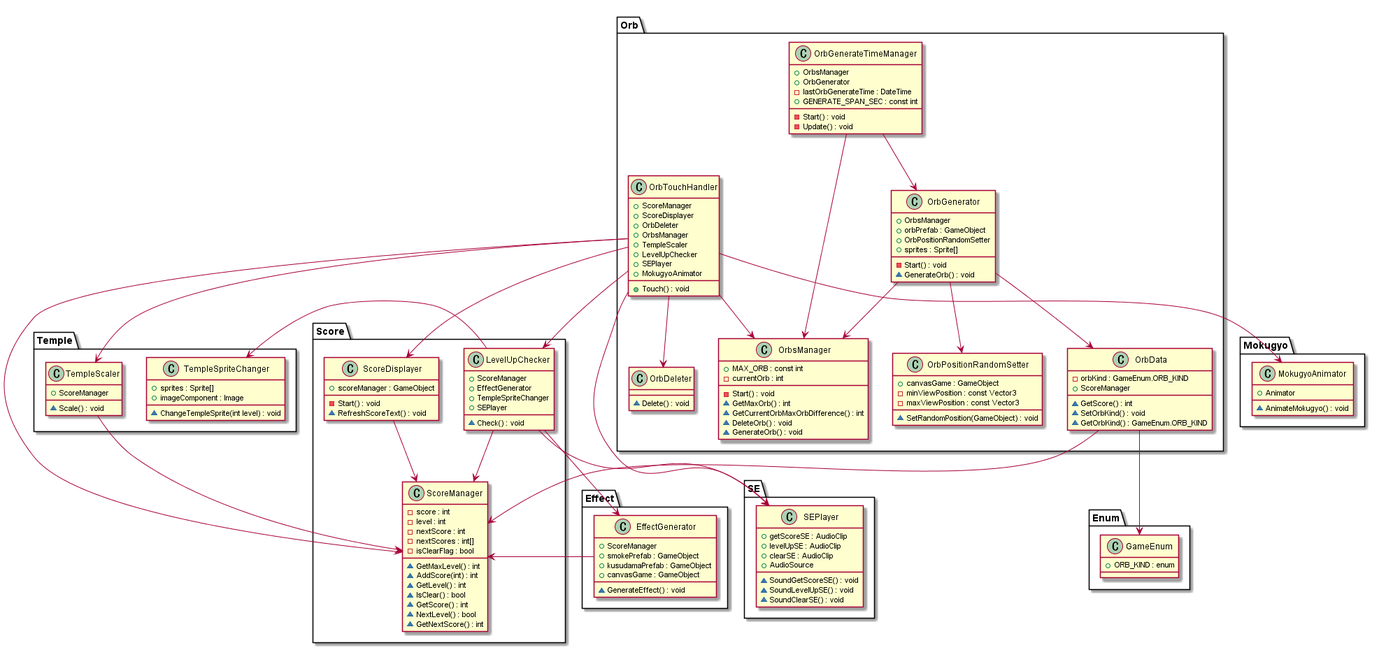
Before: out/TheTemple/Assets/UML/TheTemple/TheTemple.png, a diagram exported from PlantUML (gladiolusbamboo/180921UnityTerakoyaAgain).
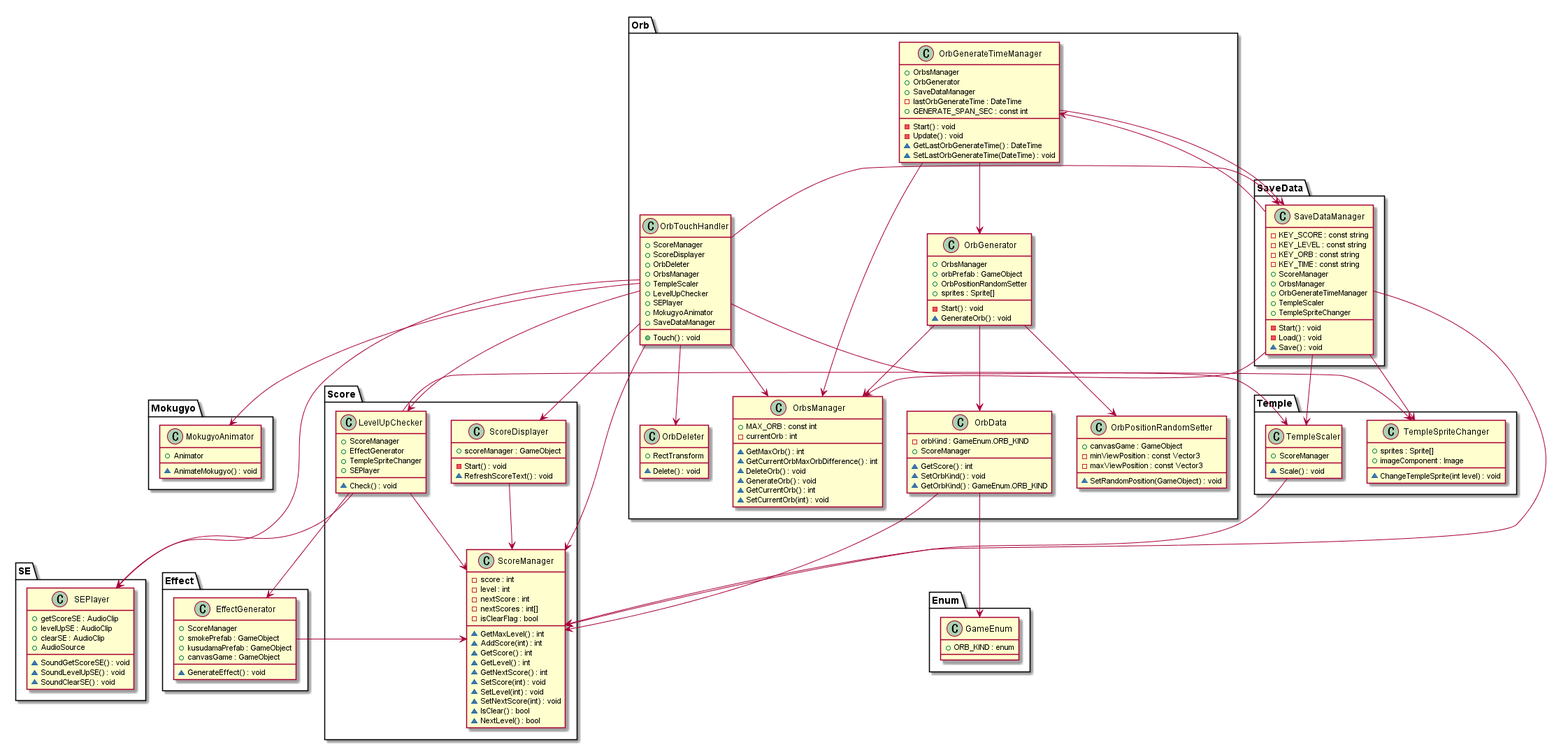
The same file after the commit.

Diff of the diagram source:
```diff
@@ -1,19 +1,24 @@
 @startuml TheTemple
 namespace Orb{
     class OrbDeleter{
+        + RectTransform
         ~ Delete() : void
     }
 
     class OrbGenerateTimeManager{
         + OrbsManager
         + OrbGenerator
+        + SaveDataManager
         - lastOrbGenerateTime : DateTime
         + GENERATE_SPAN_SEC : const int
         - Start() : void
         - Update() : void
+        ~ GetLastOrbGenerateTime() : DateTime
+        ~ SetLastOrbGenerateTime(DateTime) : void
     }
     OrbGenerateTimeManager --> OrbsManager
     OrbGenerateTimeManager --> OrbGenerator
+    OrbGenerateTimeManager --> SaveData.SaveDataManager
 
     class OrbGenerator{
         + OrbsManager
@@ -37,11 +42,12 @@
     class OrbsManager{
         + MAX_ORB : const int
         - currentOrb : int
-        - Start() : void
         ~ GetMaxOrb() : int
         ~ GetCurrentOrbMaxOrbDifference() : int
         ~ DeleteOrb() : void
         ~ GenerateOrb() : void
+        ~ GetCurrentOrb() : int
+        ~ SetCurrentOrb(int) : void
     }
 
     class OrbTouchHandler{
@@ -53,6 +59,7 @@
         + LevelUpChecker
         + SEPlayer
         + MokugyoAnimator
+        + SaveDataManager
         + Touch() : void
     }
     OrbTouchHandler --> Score.ScoreManager
@@ -63,6 +70,7 @@
     OrbTouchHandler --> Score.LevelUpChecker
     OrbTouchHandler --> SE.SEPlayer
     OrbTouchHandler --> Mokugyo.MokugyoAnimator
+    OrbTouchHandler --> SaveData.SaveDataManager
 
     class OrbData{
         - orbKind : GameEnum.ORB_KIND
@@ -81,6 +89,7 @@
         - Start() : void
         ~ RefreshScoreText() : void
     }
+    ScoreDisplayer --> ScoreManager
 
     class ScoreManager{
         - score : int
@@ -90,13 +99,15 @@
         - isClearFlag : bool
         ~ GetMaxLevel() : int
         ~ AddScore(int) : int
+        ~ GetScore() : int
         ~ GetLevel() : int
+        ~ GetNextScore() : int
+        ~ SetScore(int) : void
+        ~ SetLevel(int) : void
+        ~ SetNextScore(int) : void
         ~ IsClear() : bool
-        ~ GetScore() : int
         ~ NextLevel() : bool
-        ~ GetNextScore() : int
     }
-    ScoreDisplayer --> ScoreManager
 
     class LevelUpChecker{
         + ScoreManager
@@ -162,4 +173,25 @@
     }
 }
 
+namespace SaveData{
+    class SaveDataManager{
+        - KEY_SCORE : const string
+        - KEY_LEVEL : const string
+        - KEY_ORB : const string
+        - KEY_TIME : const string
+        + ScoreManager
+        + OrbsManager
+        + OrbGenerateTimeManager
+        + TempleScaler
+        + TempleSpriteChanger
+        - Start() : void
+        - Load() : void
+        ~ Save() : void
+    }
+    SaveDataManager --> Score.ScoreManager
+    SaveDataManager --> Orb.OrbsManager
+    SaveDataManager --> Orb.OrbGenerateTimeManager
+    SaveDataManager --> Temple.TempleScaler
+    SaveDataManager --> Temple.TempleSpriteChanger
+}
 @enduml
```
